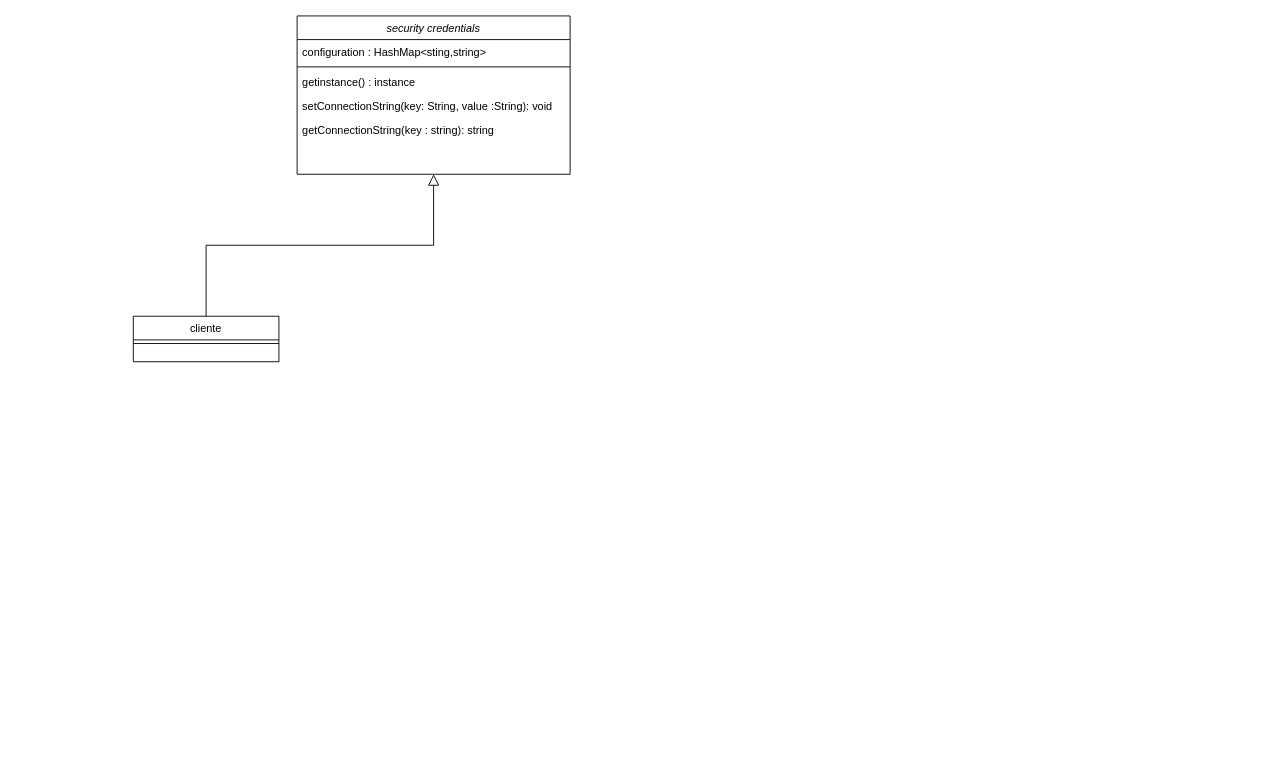
The draw.io diagram ES2.drawio in RyanGondin/ES2-Project, before the edit. Source tidied: cells renumbered, new cells numbered last; positions are measured from the earlier drawing's top-left corner, leaving out a move shared by most shapes. Both pictures are drawn from the tidied source at 91%, with x=0, y=0 at pixel (133, 15).
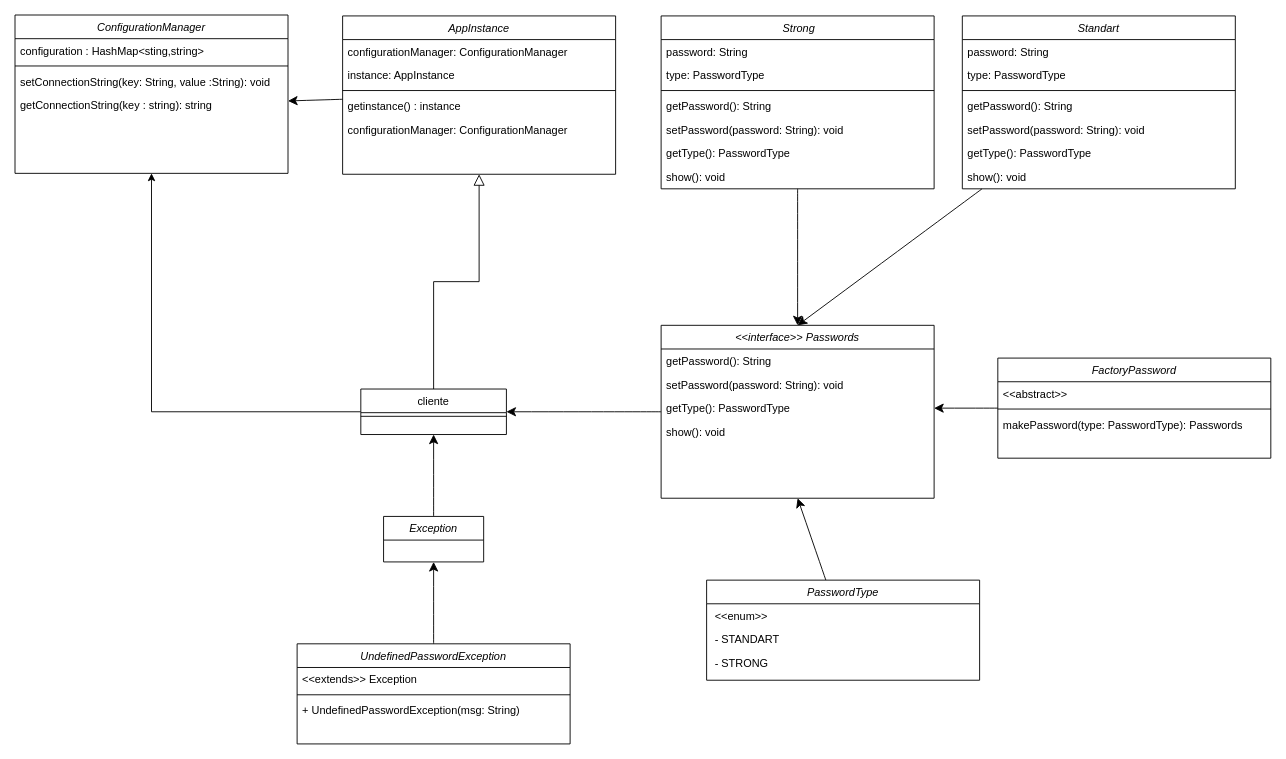
After the change.

Commit message (it also covers changes not shown here):
Separação Instance e Configuration

What changed in the source:
```diff
@@
+    <mxCell id="11" style="edgeStyle=none;curved=1;rounded=0;jettySize=auto;html=1;fontSize=12;startSize=8;endSize=8;" parent="1" edge="1" source="2" target="7">
+      <mxGeometry relative="1" as="geometry" />
+    </mxCell>
-    <mxCell id="2" value="security credentials" style="swimlane;fontStyle=2;align=center;verticalAlign=top;horizontal=1;startSize=26;rounded=0;shadow=0;strokeWidth=1;" parent="1" vertex="1">
-      <mxGeometry x="180" width="300" height="174" as="geometry" />
+    <mxCell id="2" value="AppInstance" style="swimlane;fontStyle=2;align=center;verticalAlign=top;horizontal=1;startSize=26;rounded=0;shadow=0;strokeWidth=1;" parent="1" vertex="1">
+      <mxGeometry x="230" width="300" height="174" as="geometry" />
     </mxCell>
-    <mxCell id="3" value="configuration : HashMap&lt;sting,string&gt; " style="text;align=left;verticalAlign=top;spacingLeft=4;spacingRight=4;overflow=hidden;rounded=0;shadow=0;html=0;" parent="2" vertex="1">
+    <mxCell id="3" value="configurationManager: ConfigurationManager" style="text;align=left;verticalAlign=top;spacingLeft=4;spacingRight=4;overflow=hidden;rounded=0;shadow=0;html=0;" parent="2" vertex="1">
       <mxGeometry y="26" width="300" height="26" as="geometry" />
     </mxCell>
+    <mxCell id="12" value="instance: AppInstance" style="text;align=left;verticalAlign=top;spacingLeft=4;spacingRight=4;overflow=hidden;rounded=0;shadow=0;html=0;" parent="2" vertex="1">
+      <mxGeometry y="52" width="300" height="26" as="geometry" />
+    </mxCell>
     <mxCell id="4" style="line;html=1;strokeWidth=1;align=left;verticalAlign=middle;spacingTop=-1;spacingLeft=3;spacingRight=3;labelPosition=right;" parent="2" vertex="1">
-      <mxGeometry y="52" width="300" height="8" as="geometry" />
+      <mxGeometry y="78" width="300" height="8" as="geometry" />
     </mxCell>
     <mxCell id="5" value="getinstance() : instance" style="text;align=left;verticalAlign=top;spacingLeft=4;spacingRight=4;overflow=hidden;" parent="2" vertex="1">
-      <mxGeometry y="60" width="300" height="26" as="geometry" />
+      <mxGeometry y="86" width="300" height="26" as="geometry" />
     </mxCell>
-    <mxCell id="6" value="setConnectionString(key: String, value :String): void" style="text;align=left;verticalAlign=top;spacingLeft=4;spacingRight=4;overflow=hidden;" parent="2" vertex="1">
-      <mxGeometry y="86" width="300" height="26" as="geometry" />
-    </mxCell>
-    <mxCell id="7" value="getConnectionString(key : string): string" style="text;align=left;verticalAlign=top;spacingLeft=4;spacingRight=4;overflow=hidden;points=[[0,0.5],[1,0.5]];portConstraint=eastwest;" parent="2" vertex="1">
-      <mxGeometry y="112" width="300" height="26" as="geometry" />
-    </mxCell>
+    <mxCell id="13" value="configurationManager: ConfigurationManager" style="text;align=left;verticalAlign=top;spacingLeft=4;spacingRight=4;overflow=hidden;" parent="2" vertex="1">
+      <mxGeometry y="112" width="300" height="26" as="geometry" />
+    </mxCell>
+    <mxCell id="14" style="edgeStyle=orthogonalEdgeStyle;rounded=0;jettySize=auto;html=1;entryX=0.5;entryY=1;entryDx=0;entryDy=0;" parent="1" edge="1" source="8" target="15">
+      <mxGeometry relative="1" as="geometry" />
+    </mxCell>
     <mxCell id="8" value="cliente" style="swimlane;fontStyle=0;align=center;verticalAlign=top;horizontal=1;startSize=26;rounded=0;shadow=0;strokeWidth=1;" parent="1" vertex="1">
-      <mxGeometry y="330" width="160" height="50" as="geometry" />
+      <mxGeometry x="250" y="410" width="160" height="50" as="geometry" />
     </mxCell>
@@
+    <mxCell id="15" value="ConfigurationManager" style="swimlane;fontStyle=2;align=center;verticalAlign=top;horizontal=1;startSize=26;rounded=0;shadow=0;strokeWidth=1;" parent="1" vertex="1">
+      <mxGeometry x="-130" y="-1" width="300" height="174" as="geometry" />
+    </mxCell>
+    <mxCell id="16" value="configuration : HashMap&lt;sting,string&gt; " style="text;align=left;verticalAlign=top;spacingLeft=4;spacingRight=4;overflow=hidden;rounded=0;shadow=0;html=0;" parent="15" vertex="1">
+      <mxGeometry y="26" width="300" height="26" as="geometry" />
+    </mxCell>
+    <mxCell id="17" style="line;html=1;strokeWidth=1;align=left;verticalAlign=middle;spacingTop=-1;spacingLeft=3;spacingRight=3;labelPosition=right;" parent="15" vertex="1">
+      <mxGeometry y="52" width="300" height="8" as="geometry" />
+    </mxCell>
+    <mxCell id="6" value="setConnectionString(key: String, value :String): void" style="text;align=left;verticalAlign=top;spacingLeft=4;spacingRight=4;overflow=hidden;" parent="15" vertex="1">
+      <mxGeometry y="60" width="300" height="26" as="geometry" />
+    </mxCell>
+    <mxCell id="7" value="getConnectionString(key : string): string" style="text;align=left;verticalAlign=top;spacingLeft=4;spacingRight=4;overflow=hidden;points=[[0,0.5],[1,0.5]];portConstraint=eastwest;" parent="15" vertex="1">
+      <mxGeometry y="86" width="300" height="26" as="geometry" />
+    </mxCell>
+    <mxCell id="18" style="edgeStyle=none;curved=1;rounded=0;jettySize=auto;html=1;entryX=0.5;entryY=0;entryDx=0;entryDy=0;fontSize=12;startSize=8;endSize=8;" parent="1" edge="1" source="19" target="33">
+      <mxGeometry relative="1" as="geometry" />
+    </mxCell>
+    <mxCell id="19" value=" Strong" style="swimlane;fontStyle=2;align=center;verticalAlign=top;horizontal=1;startSize=26;rounded=0;shadow=0;strokeWidth=1;" parent="1" vertex="1">
+      <mxGeometry x="580" width="300" height="190" as="geometry" />
+    </mxCell>
+    <mxCell id="20" value="password: String" style="text;align=left;verticalAlign=top;spacingLeft=4;spacingRight=4;overflow=hidden;rounded=0;shadow=0;html=0;" parent="19" vertex="1">
+      <mxGeometry y="26" width="300" height="26" as="geometry" />
+    </mxCell>
+    <mxCell id="21" value="type: PasswordType" style="text;align=left;verticalAlign=top;spacingLeft=4;spacingRight=4;overflow=hidden;rounded=0;shadow=0;html=0;" parent="19" vertex="1">
+      <mxGeometry y="52" width="300" height="26" as="geometry" />
+    </mxCell>
+    <mxCell id="22" style="line;html=1;strokeWidth=1;align=left;verticalAlign=middle;spacingTop=-1;spacingLeft=3;spacingRight=3;labelPosition=right;" parent="19" vertex="1">
+      <mxGeometry y="78" width="300" height="8" as="geometry" />
+    </mxCell>
+    <mxCell id="23" value="getPassword(): String" style="text;align=left;verticalAlign=top;spacingLeft=4;spacingRight=4;overflow=hidden;" parent="19" vertex="1">
+      <mxGeometry y="86" width="300" height="26" as="geometry" />
+    </mxCell>
+    <mxCell id="24" value="setPassword(password: String): void" style="text;align=left;verticalAlign=top;spacingLeft=4;spacingRight=4;overflow=hidden;" parent="19" vertex="1">
+      <mxGeometry y="112" width="300" height="26" as="geometry" />
+    </mxCell>
+    <mxCell id="25" value="getType(): PasswordType" style="text;align=left;verticalAlign=top;spacingLeft=4;spacingRight=4;overflow=hidden;" parent="19" vertex="1">
+      <mxGeometry y="138" width="300" height="26" as="geometry" />
+    </mxCell>
+    <mxCell id="26" value="show(): void" style="text;align=left;verticalAlign=top;spacingLeft=4;spacingRight=4;overflow=hidden;" parent="19" vertex="1">
+      <mxGeometry y="164" width="300" height="26" as="geometry" />
+    </mxCell>
+    <mxCell id="27" style="edgeStyle=none;curved=1;rounded=0;jettySize=auto;html=1;entryX=0.5;entryY=1;entryDx=0;entryDy=0;fontSize=12;startSize=8;endSize=8;" parent="1" edge="1" source="28" target="33">
+      <mxGeometry relative="1" as="geometry" />
+    </mxCell>
+    <mxCell id="28" value="PasswordType" style="swimlane;fontStyle=2;align=center;verticalAlign=top;horizontal=1;startSize=26;rounded=0;shadow=0;strokeWidth=1;" parent="1" vertex="1">
+      <mxGeometry x="630" y="620" width="300" height="110" as="geometry" />
+    </mxCell>
+    <mxCell id="29" value=" &lt;&lt;enum&gt;&gt;" style="text;align=left;verticalAlign=top;spacingLeft=4;spacingRight=4;overflow=hidden;rounded=0;shadow=0;html=0;" parent="28" vertex="1">
+      <mxGeometry y="26" width="300" height="26" as="geometry" />
+    </mxCell>
+    <mxCell id="30" value=" - STANDART&#10;" style="text;align=left;verticalAlign=top;spacingLeft=4;spacingRight=4;overflow=hidden;" parent="28" vertex="1">
+      <mxGeometry y="52" width="300" height="26" as="geometry" />
+    </mxCell>
+    <mxCell id="31" value=" - STRONG" style="text;align=left;verticalAlign=top;spacingLeft=4;spacingRight=4;overflow=hidden;" parent="28" vertex="1">
+      <mxGeometry y="78" width="300" height="32" as="geometry" />
+    </mxCell>
+    <mxCell id="32" style="edgeStyle=none;curved=1;rounded=0;jettySize=auto;html=1;entryX=1;entryY=0.5;entryDx=0;entryDy=0;fontSize=12;startSize=8;endSize=8;" parent="1" edge="1" source="33" target="8">
+      <mxGeometry relative="1" as="geometry" />
+    </mxCell>
+    <mxCell id="33" value="&lt;&lt;interface&gt;&gt; Passwords" style="swimlane;fontStyle=2;align=center;verticalAlign=top;horizontal=1;startSize=26;rounded=0;shadow=0;strokeWidth=1;" parent="1" vertex="1">
+      <mxGeometry x="580" y="340" width="300" height="190" as="geometry" />
+    </mxCell>
+    <mxCell id="34" value="getPassword(): String" style="text;align=left;verticalAlign=top;spacingLeft=4;spacingRight=4;overflow=hidden;" parent="33" vertex="1">
+      <mxGeometry y="26" width="300" height="26" as="geometry" />
+    </mxCell>
+    <mxCell id="35" value="setPassword(password: String): void" style="text;align=left;verticalAlign=top;spacingLeft=4;spacingRight=4;overflow=hidden;" parent="33" vertex="1">
+      <mxGeometry y="52" width="300" height="26" as="geometry" />
+    </mxCell>
+    <mxCell id="36" value="getType(): PasswordType" style="text;align=left;verticalAlign=top;spacingLeft=4;spacingRight=4;overflow=hidden;points=[[0,0.5],[1,0.5]];portConstraint=eastwest;" parent="33" vertex="1">
+      <mxGeometry y="78" width="300" height="26" as="geometry" />
+    </mxCell>
+    <mxCell id="37" value="show(): void" style="text;align=left;verticalAlign=top;spacingLeft=4;spacingRight=4;overflow=hidden;" parent="33" vertex="1">
+      <mxGeometry y="104" width="300" height="26" as="geometry" />
+    </mxCell>
+    <mxCell id="38" style="edgeStyle=none;curved=1;rounded=0;jettySize=auto;html=1;fontSize=12;startSize=8;endSize=8;" parent="1" edge="1" source="39">
+      <mxGeometry relative="1" as="geometry">
+        <mxPoint x="730" y="340" as="targetPoint" />
+      </mxGeometry>
+    </mxCell>
+    <mxCell id="39" value="Standart" style="swimlane;fontStyle=2;align=center;verticalAlign=top;horizontal=1;startSize=26;rounded=0;shadow=0;strokeWidth=1;" parent="1" vertex="1">
+      <mxGeometry x="911" width="300" height="190" as="geometry" />
+    </mxCell>
+    <mxCell id="40" value="password: String" style="text;align=left;verticalAlign=top;spacingLeft=4;spacingRight=4;overflow=hidden;rounded=0;shadow=0;html=0;" parent="39" vertex="1">
+      <mxGeometry y="26" width="300" height="26" as="geometry" />
+    </mxCell>
+    <mxCell id="41" value="type: PasswordType" style="text;align=left;verticalAlign=top;spacingLeft=4;spacingRight=4;overflow=hidden;rounded=0;shadow=0;html=0;" parent="39" vertex="1">
+      <mxGeometry y="52" width="300" height="26" as="geometry" />
+    </mxCell>
+    <mxCell id="42" style="line;html=1;strokeWidth=1;align=left;verticalAlign=middle;spacingTop=-1;spacingLeft=3;spacingRight=3;labelPosition=right;" parent="39" vertex="1">
+      <mxGeometry y="78" width="300" height="8" as="geometry" />
+    </mxCell>
+    <mxCell id="43" value="getPassword(): String" style="text;align=left;verticalAlign=top;spacingLeft=4;spacingRight=4;overflow=hidden;" parent="39" vertex="1">
+      <mxGeometry y="86" width="300" height="26" as="geometry" />
+    </mxCell>
+    <mxCell id="44" value="setPassword(password: String): void" style="text;align=left;verticalAlign=top;spacingLeft=4;spacingRight=4;overflow=hidden;" parent="39" vertex="1">
+      <mxGeometry y="112" width="300" height="26" as="geometry" />
+    </mxCell>
+    <mxCell id="45" value="getType(): PasswordType" style="text;align=left;verticalAlign=top;spacingLeft=4;spacingRight=4;overflow=hidden;" parent="39" vertex="1">
+      <mxGeometry y="138" width="300" height="26" as="geometry" />
+    </mxCell>
+    <mxCell id="46" value="show(): void" style="text;align=left;verticalAlign=top;spacingLeft=4;spacingRight=4;overflow=hidden;" parent="39" vertex="1">
+      <mxGeometry y="164" width="300" height="26" as="geometry" />
+    </mxCell>
+    <mxCell id="47" style="edgeStyle=none;curved=1;rounded=0;jettySize=auto;html=1;entryX=0.5;entryY=1;entryDx=0;entryDy=0;fontSize=12;startSize=8;endSize=8;" parent="1" edge="1" source="48" target="58">
+      <mxGeometry relative="1" as="geometry" />
+    </mxCell>
+    <mxCell id="48" value="UndefinedPasswordException" style="swimlane;fontStyle=2;align=center;verticalAlign=top;horizontal=1;startSize=26;rounded=0;shadow=0;strokeWidth=1;" parent="1" vertex="1">
+      <mxGeometry x="180" y="690" width="300" height="110" as="geometry" />
+    </mxCell>
+    <mxCell id="49" value="&lt;&lt;extends&gt;&gt; Exception" style="text;align=left;verticalAlign=top;spacingLeft=4;spacingRight=4;overflow=hidden;rounded=0;shadow=0;html=0;" parent="48" vertex="1">
+      <mxGeometry y="26" width="300" height="26" as="geometry" />
+    </mxCell>
+    <mxCell id="50" style="line;html=1;strokeWidth=1;align=left;verticalAlign=middle;spacingTop=-1;spacingLeft=3;spacingRight=3;labelPosition=right;" parent="48" vertex="1">
+      <mxGeometry y="52" width="300" height="8" as="geometry" />
+    </mxCell>
+    <mxCell id="51" value="+ UndefinedPasswordException(msg: String)" style="text;align=left;verticalAlign=top;spacingLeft=4;spacingRight=4;overflow=hidden;" parent="48" vertex="1">
+      <mxGeometry y="60" width="300" height="26" as="geometry" />
+    </mxCell>
+    <mxCell id="52" style="edgeStyle=none;curved=1;rounded=0;jettySize=auto;html=1;fontSize=12;startSize=8;endSize=8;entryX=1;entryY=0.5;entryDx=0;entryDy=0;" parent="1" edge="1" source="53" target="36">
+      <mxGeometry relative="1" as="geometry" />
+    </mxCell>
+    <mxCell id="53" value="FactoryPassword" style="swimlane;fontStyle=2;align=center;verticalAlign=top;horizontal=1;startSize=26;rounded=0;shadow=0;strokeWidth=1;" parent="1" vertex="1">
+      <mxGeometry x="950" y="376" width="300" height="110" as="geometry" />
+    </mxCell>
+    <mxCell id="54" value="&lt;&lt;abstract&gt;&gt;" style="text;align=left;verticalAlign=top;spacingLeft=4;spacingRight=4;overflow=hidden;rounded=0;shadow=0;html=0;" parent="53" vertex="1">
+      <mxGeometry y="26" width="300" height="26" as="geometry" />
+    </mxCell>
+    <mxCell id="55" style="line;html=1;strokeWidth=1;align=left;verticalAlign=middle;spacingTop=-1;spacingLeft=3;spacingRight=3;labelPosition=right;" parent="53" vertex="1">
+      <mxGeometry y="52" width="300" height="8" as="geometry" />
+    </mxCell>
+    <mxCell id="56" value="makePassword(type: PasswordType): Passwords" style="text;align=left;verticalAlign=top;spacingLeft=4;spacingRight=4;overflow=hidden;" parent="53" vertex="1">
+      <mxGeometry y="60" width="300" height="26" as="geometry" />
+    </mxCell>
+    <mxCell id="57" style="edgeStyle=none;curved=1;rounded=0;jettySize=auto;html=1;entryX=0.5;entryY=1;entryDx=0;entryDy=0;fontSize=12;startSize=8;endSize=8;" parent="1" edge="1" source="58" target="8">
+      <mxGeometry relative="1" as="geometry" />
+    </mxCell>
+    <mxCell id="58" value="Exception" style="swimlane;fontStyle=2;align=center;verticalAlign=top;horizontal=1;startSize=26;rounded=0;shadow=0;strokeWidth=1;" parent="1" vertex="1">
+      <mxGeometry x="275" y="550" width="110" height="50" as="geometry" />
+    </mxCell>
```
